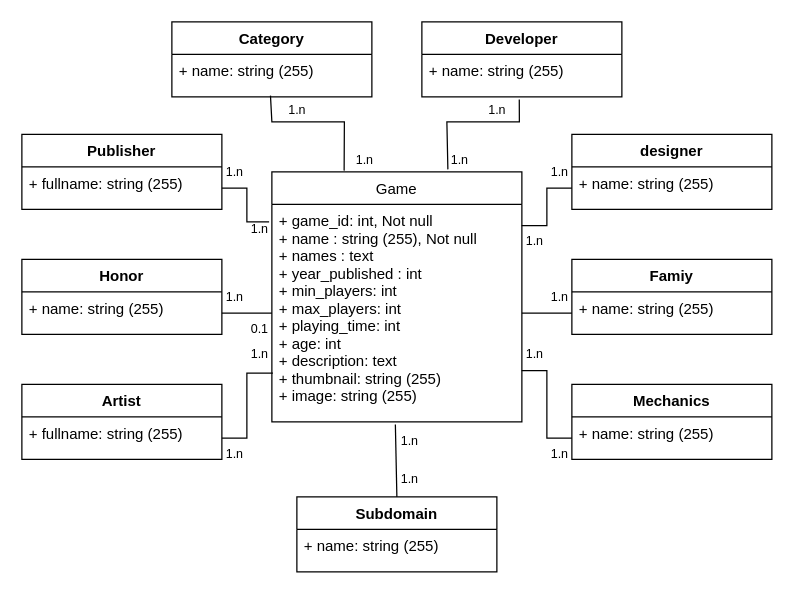
Dens26/j2s keeps this draw.io diagram as .doc/uml/games.drawio. Above is the earlier version. Source tidied: cells renumbered, new cells numbered last; positions are measured from the earlier drawing's top-left corner, leaving out a move shared by most shapes. Both pictures are drawn from the tidied source at 125%, with x=0, y=0 at pixel (21, 21).
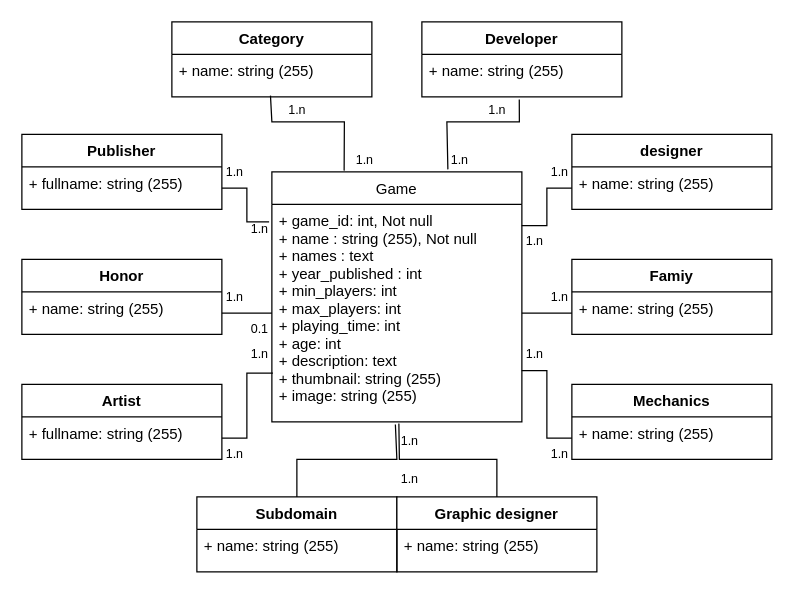
The same diagram, later.

The change refers to these unchanged cells:
```xml
<mxCell id="5" value="+ game_id: int, Not null&#10;+ name : string (255), Not null&#10;+ names : text&#10;+ year_published : int&#10;+ min_players: int&#10;+ max_players: int&#10;+ playing_time: int&#10;+ age: int&#10;+ description: text&#10;+ thumbnail: string (255)&#10;+ image: string (255)&#10;" style="text;strokeColor=none;fillColor=none;align=left;verticalAlign=top;spacingLeft=4;spacingRight=4;overflow=hidden;points=[[0,0.5],[1,0.5]];portConstraint=eastwest;" parent="4" vertex="1">
  <mxGeometry y="26" width="200" height="174" as="geometry" />
</mxCell>
```

Diff of the diagram source:
```diff
@@
     <mxCell id="22" style="edgeStyle=none;rounded=0;html=1;exitX=0.5;exitY=0;exitDx=0;exitDy=0;entryX=0.494;entryY=1.012;entryDx=0;entryDy=0;entryPerimeter=0;endArrow=none;endFill=0;" parent="1" edge="1" source="23" target="5">
-      <mxGeometry relative="1" as="geometry" />
+      <mxGeometry relative="1" as="geometry">
+        <Array as="points">
+          <mxPoint x="220" y="350" />
+          <mxPoint x="300" y="350" />
+        </Array>
+      </mxGeometry>
     </mxCell>
     <mxCell id="23" value="Subdomain" style="swimlane;fontStyle=1;align=center;verticalAlign=top;horizontal=1;startSize=26;" parent="1" vertex="1">
-      <mxGeometry x="220" y="380" width="160" height="60" as="geometry" />
+      <mxGeometry x="140" y="380" width="160" height="60" as="geometry" />
     </mxCell>
@@
+    <mxCell id="48" style="edgeStyle=none;html=1;exitX=0.5;exitY=0;exitDx=0;exitDy=0;entryX=0.508;entryY=1.008;entryDx=0;entryDy=0;entryPerimeter=0;endArrow=none;endFill=0;rounded=0;" parent="1" edge="1" source="49" target="5">
+      <mxGeometry relative="1" as="geometry">
+        <Array as="points">
+          <mxPoint x="380" y="350" />
+          <mxPoint x="302" y="350" />
+        </Array>
+      </mxGeometry>
+    </mxCell>
+    <mxCell id="49" value="Graphic designer" style="swimlane;fontStyle=1;align=center;verticalAlign=top;horizontal=1;startSize=26;" parent="1" vertex="1">
+      <mxGeometry x="300" y="380" width="160" height="60" as="geometry" />
+    </mxCell>
+    <mxCell id="50" value="+ name: string (255)" style="text;strokeColor=none;fillColor=none;align=left;verticalAlign=top;spacingLeft=4;spacingRight=4;overflow=hidden;" parent="49" vertex="1">
+      <mxGeometry y="26" width="160" height="34" as="geometry" />
+    </mxCell>
```
